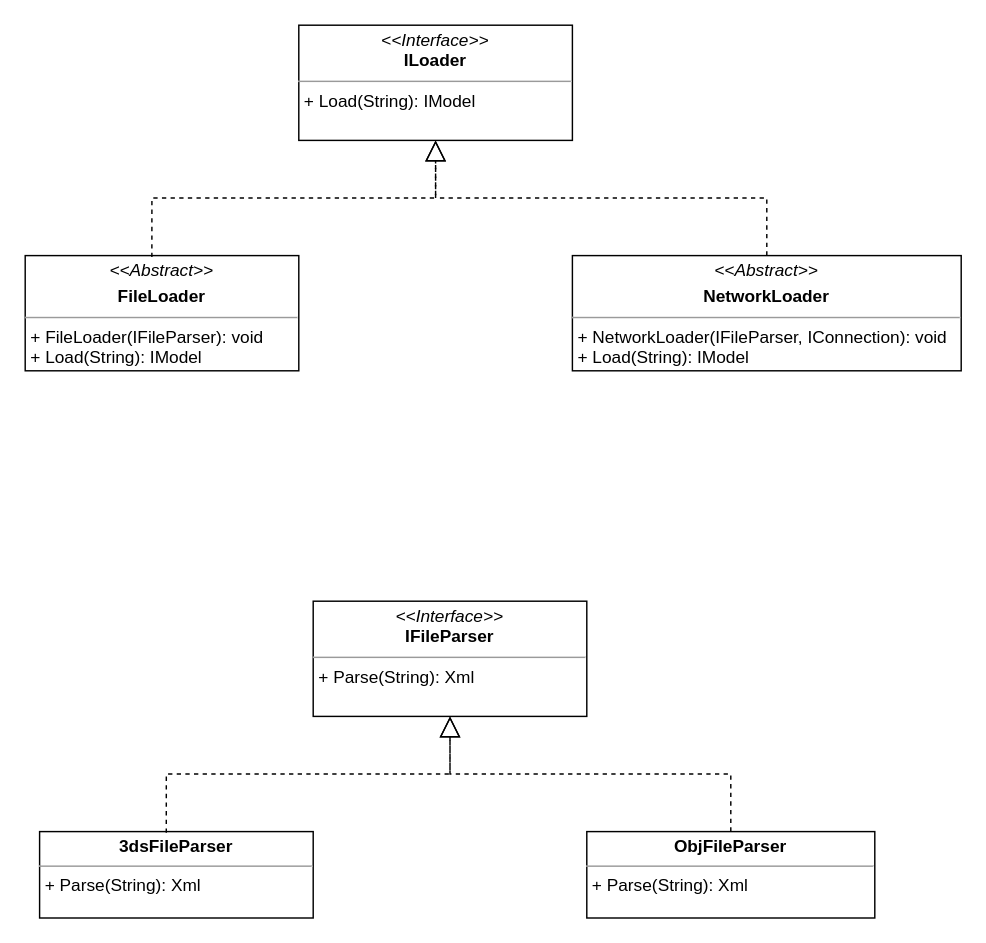
The draw.io diagram page "Loading" (1 of 2) of module_2/Classes.drawio in SheinEA/gb_architect, before the edit. Source tidied: cells renumbered, new cells numbered last; positions are measured from the earlier drawing's top-left corner, leaving out a move shared by most shapes. Both pictures are drawn from the tidied source at 144%, with x=0, y=0 at pixel (24, 24).
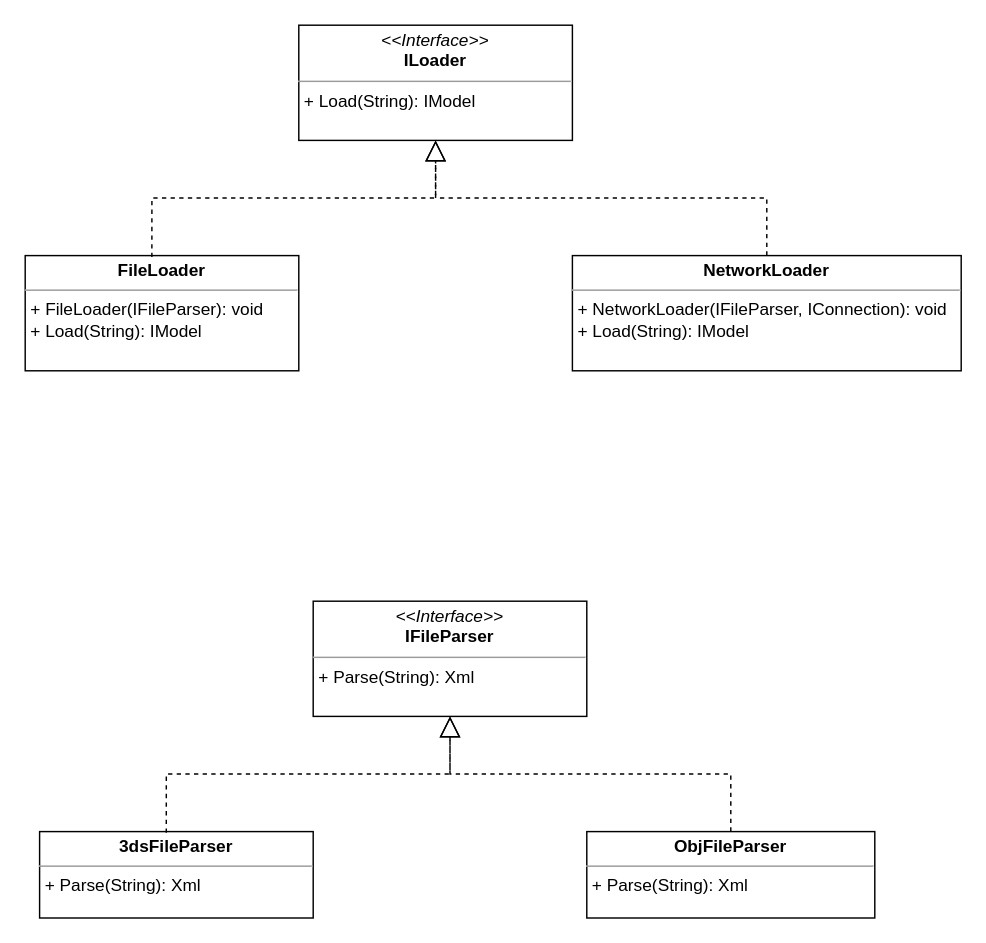
Above is the later version.

Change to the diagram source:
```diff
@@
 <mxGraphModel>
   <root>
     <mxCell id="0" />
     <mxCell id="1" parent="0" />
     <mxCell id="2" value="&lt;p style=&quot;margin: 0px ; margin-top: 4px ; text-align: center&quot;&gt;&lt;i&gt;&amp;lt;&amp;lt;Interface&amp;gt;&amp;gt;&lt;/i&gt;&lt;br&gt;&lt;b&gt;ILoader&lt;/b&gt;&lt;/p&gt;&lt;hr size=&quot;1&quot;&gt;&lt;p style=&quot;margin: 0px ; margin-left: 4px&quot;&gt;+ Load(String): IModel&lt;br&gt;&lt;/p&gt;" style="verticalAlign=top;align=left;overflow=fill;fontSize=12;fontFamily=Helvetica;html=1;" parent="1" vertex="1">
       <mxGeometry x="190" width="190" height="80" as="geometry" />
     </mxCell>
-    <mxCell id="3" value="&lt;p style=&quot;margin: 0px ; margin-top: 4px ; text-align: center&quot;&gt;&lt;i style=&quot;outline: 0px&quot;&gt;&amp;lt;&amp;lt;Abstract&amp;gt;&amp;gt;&lt;/i&gt;&lt;b&gt;&lt;br&gt;&lt;/b&gt;&lt;/p&gt;&lt;p style=&quot;margin: 0px ; margin-top: 4px ; text-align: center&quot;&gt;&lt;b&gt;FileLoader&lt;/b&gt;&lt;/p&gt;&lt;hr size=&quot;1&quot;&gt;&lt;p style=&quot;margin: 0px ; margin-left: 4px&quot;&gt;+ FileLoader(IFileParser): void&lt;/p&gt;&lt;p style=&quot;margin: 0px ; margin-left: 4px&quot;&gt;+ Load(String): IModel&lt;br&gt;&lt;/p&gt;" style="verticalAlign=top;align=left;overflow=fill;fontSize=12;fontFamily=Helvetica;html=1;" parent="1" vertex="1">
+    <mxCell id="3" value="&lt;p style=&quot;margin: 0px ; margin-top: 4px ; text-align: center&quot;&gt;&lt;b&gt;FileLoader&lt;/b&gt;&lt;br&gt;&lt;/p&gt;&lt;hr size=&quot;1&quot;&gt;&lt;p style=&quot;margin: 0px ; margin-left: 4px&quot;&gt;+ FileLoader(IFileParser): void&lt;/p&gt;&lt;p style=&quot;margin: 0px ; margin-left: 4px&quot;&gt;+ Load(String): IModel&lt;br&gt;&lt;/p&gt;" style="verticalAlign=top;align=left;overflow=fill;fontSize=12;fontFamily=Helvetica;html=1;" parent="1" vertex="1">
       <mxGeometry y="160" width="190" height="80" as="geometry" />
     </mxCell>
-    <mxCell id="4" value="&lt;p style=&quot;margin: 0px ; margin-top: 4px ; text-align: center&quot;&gt;&lt;i style=&quot;outline: 0px&quot;&gt;&amp;lt;&amp;lt;Abstract&amp;gt;&amp;gt;&lt;/i&gt;&lt;b&gt;&lt;br&gt;&lt;/b&gt;&lt;/p&gt;&lt;p style=&quot;margin: 0px ; margin-top: 4px ; text-align: center&quot;&gt;&lt;b&gt;NetworkLoader&lt;/b&gt;&lt;/p&gt;&lt;hr size=&quot;1&quot;&gt;&lt;p style=&quot;margin: 0px ; margin-left: 4px&quot;&gt;+ NetworkLoader(IFileParser, IConnection): void&lt;/p&gt;&lt;p style=&quot;margin: 0px ; margin-left: 4px&quot;&gt;+ Load(String): IModel&lt;/p&gt;" style="verticalAlign=top;align=left;overflow=fill;fontSize=12;fontFamily=Helvetica;html=1;" parent="1" vertex="1">
+    <mxCell id="4" value="&lt;p style=&quot;margin: 0px ; margin-top: 4px ; text-align: center&quot;&gt;&lt;b&gt;NetworkLoader&lt;/b&gt;&lt;br&gt;&lt;/p&gt;&lt;hr size=&quot;1&quot;&gt;&lt;p style=&quot;margin: 0px ; margin-left: 4px&quot;&gt;+ NetworkLoader(IFileParser, IConnection): void&lt;/p&gt;&lt;p style=&quot;margin: 0px ; margin-left: 4px&quot;&gt;+ Load(String): IModel&lt;/p&gt;" style="verticalAlign=top;align=left;overflow=fill;fontSize=12;fontFamily=Helvetica;html=1;" parent="1" vertex="1">
       <mxGeometry x="380" y="160" width="270" height="80" as="geometry" />
     </mxCell>
     <mxCell id="5" style="endArrow=block;dashed=1;endFill=0;endSize=12;html=1;entryX=0.5;entryY=1;entryDx=0;entryDy=0;exitX=0.463;exitY=0.013;exitDx=0;exitDy=0;exitPerimeter=0;edgeStyle=orthogonalEdgeStyle;rounded=0;" parent="1" edge="1" source="3" target="2">
       <mxGeometry relative="1" as="geometry" />
     </mxCell>
     <mxCell id="6" style="endArrow=block;dashed=1;endFill=0;endSize=12;html=1;exitX=0.5;exitY=0;exitDx=0;exitDy=0;edgeStyle=orthogonalEdgeStyle;rounded=0;" parent="1" edge="1" source="4" target="2">
       <mxGeometry relative="1" as="geometry" />
     </mxCell>
     <mxCell id="7" value="&lt;p style=&quot;margin: 0px ; margin-top: 4px ; text-align: center&quot;&gt;&lt;i&gt;&amp;lt;&amp;lt;Interface&amp;gt;&amp;gt;&lt;/i&gt;&lt;br&gt;&lt;b&gt;IFileParser&lt;/b&gt;&lt;/p&gt;&lt;hr size=&quot;1&quot;&gt;&lt;p style=&quot;margin: 0px ; margin-left: 4px&quot;&gt;+ Parse(String): Xml&lt;br&gt;&lt;/p&gt;" style="verticalAlign=top;align=left;overflow=fill;fontSize=12;fontFamily=Helvetica;html=1;" parent="1" vertex="1">
       <mxGeometry x="200" y="400" width="190" height="80" as="geometry" />
     </mxCell>
     <mxCell id="8" value="&lt;p style=&quot;margin: 0px ; margin-top: 4px ; text-align: center&quot;&gt;&lt;b&gt;3dsFileParser&lt;/b&gt;&lt;/p&gt;&lt;hr size=&quot;1&quot;&gt;&lt;p style=&quot;margin: 0px ; margin-left: 4px&quot;&gt;+ Parse(String): Xml&lt;br&gt;&lt;/p&gt;" style="verticalAlign=top;align=left;overflow=fill;fontSize=12;fontFamily=Helvetica;html=1;" parent="1" vertex="1">
       <mxGeometry x="10" y="560" width="190" height="60" as="geometry" />
     </mxCell>
     <mxCell id="9" value="&lt;p style=&quot;outline: 0px ; margin: 4px 0px 0px ; text-align: center&quot;&gt;&lt;b style=&quot;outline: 0px&quot;&gt;ObjFileParser&lt;/b&gt;&lt;/p&gt;&lt;hr size=&quot;1&quot;&gt;&lt;p style=&quot;margin: 0px 0px 0px 4px&quot;&gt;+ Parse(String): Xml&lt;/p&gt;" style="verticalAlign=top;align=left;overflow=fill;fontSize=12;fontFamily=Helvetica;html=1;" parent="1" vertex="1">
       <mxGeometry x="390" y="560" width="200" height="60" as="geometry" />
     </mxCell>
     <mxCell id="10" style="endArrow=block;dashed=1;endFill=0;endSize=12;html=1;entryX=0.5;entryY=1;entryDx=0;entryDy=0;exitX=0.463;exitY=0.013;exitDx=0;exitDy=0;exitPerimeter=0;edgeStyle=orthogonalEdgeStyle;rounded=0;" parent="1" edge="1" source="8" target="7">
       <mxGeometry relative="1" as="geometry" />
     </mxCell>
     <mxCell id="11" style="endArrow=block;dashed=1;endFill=0;endSize=12;html=1;exitX=0.5;exitY=0;exitDx=0;exitDy=0;edgeStyle=orthogonalEdgeStyle;rounded=0;" parent="1" edge="1" source="9" target="7">
       <mxGeometry relative="1" as="geometry" />
     </mxCell>
   </root>
 </mxGraphModel>
```
